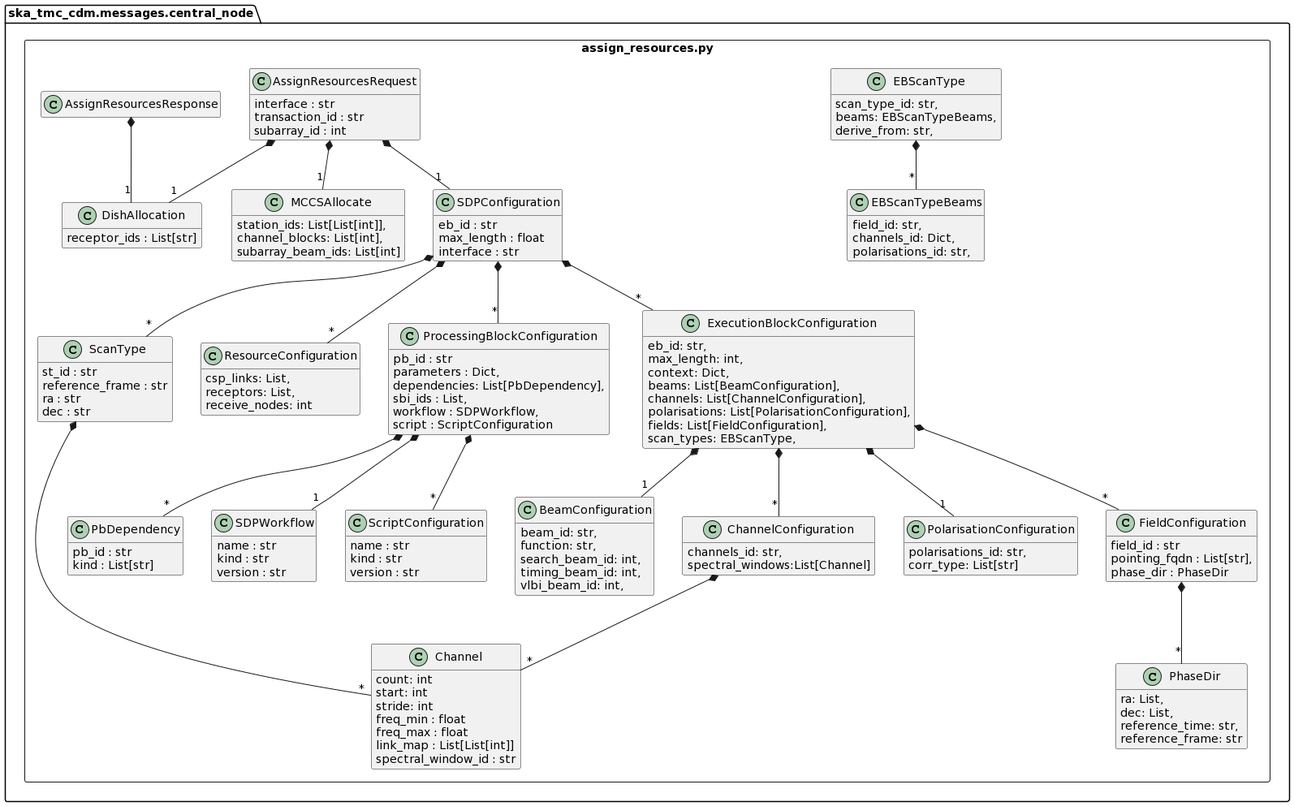
The PlantUML diagram docs/src/developer/centralnode/assignresources.png in ska-telescope/cdm-shared-library, before a commit. The source it was exported from:
```plantuml
@startuml
hide empty members

package ska_tmc_cdm.messages.central_node {
    package assign_resources.py <<Rectangle>> {
        class DishAllocation {
            receptor_ids : List[str]
        }

        class MCCSAllocate {
            station_ids: List[List[int]],
            channel_blocks: List[int],
            subarray_beam_ids: List[int]
        }

        class Channel {
            count: int
            start: int
            stride: int
            freq_min : float
            freq_max : float
            link_map : List[List[int]]
            spectral_window_id : str
        }

        class ScanType {
            st_id : str
            reference_frame : str
            ra : str
            dec : str
        }
        ScanType *-- "*" Channel

        class PbDependency {
            pb_id : str
            kind : List[str]
        }
         class ResourceConfiguration {
            csp_links: List,
            receptors: List,
            receive_nodes: int
        }

        class PhaseDir {
            ra: List,
            dec: List,
            reference_time: str,
            reference_frame: str
        }
        class BeamConfiguration {
            beam_id: str,
            function: str,
            search_beam_id: int,
            timing_beam_id: int,
            vlbi_beam_id: int,
        }
        class ChannelConfiguration {
            channels_id: str,
            spectral_windows:List[Channel]
        }
        ChannelConfiguration  *-- "*" Channel

        class PolarisationConfiguration {
            polarisations_id: str,
            corr_type: List[str]
        }
        class EBScanTypeBeams {
            field_id: str,
            channels_id: Dict,
            polarisations_id: str,
        }
        class EBScanType {
            scan_type_id: str,
            beams: EBScanTypeBeams,
            derive_from: str,
        }
        EBScanType  *-- "*" EBScanTypeBeams

        class FieldConfiguration {
            field_id : str
            pointing_fqdn : List[str],
            phase_dir : PhaseDir
        }

        FieldConfiguration  *-- "*" PhaseDir

        class SDPWorkflow {
            name : str
            kind : str
            version : str
        }

        class ScriptConfiguration {
            name : str
            kind : str
            version : str
        }

        class ProcessingBlockConfiguration {
            pb_id : str
            parameters : Dict,
            dependencies: List[PbDependency],
            sbi_ids : List,
            workflow : SDPWorkflow,
            script : ScriptConfiguration
        }
        ProcessingBlockConfiguration  *-- "1" SDPWorkflow
        ProcessingBlockConfiguration  *-- "*" PbDependency
        ProcessingBlockConfiguration  *-- "*" ScriptConfiguration

        class ExecutionBlockConfiguration {
            eb_id: str,
            max_length: int,
            context: Dict,
            beams: List[BeamConfiguration],
            channels: List[ChannelConfiguration],
            polarisations: List[PolarisationConfiguration],
            fields: List[FieldConfiguration],
            scan_types: EBScanType,
        }

        ExecutionBlockConfiguration  *-- "1" BeamConfiguration
        ExecutionBlockConfiguration  *-- "*" ChannelConfiguration
        ExecutionBlockConfiguration  *-- "1" PolarisationConfiguration
        ExecutionBlockConfiguration  *-- "*" FieldConfiguration


        class SDPConfiguration {
            eb_id : str
            max_length : float
            interface : str
        }
        SDPConfiguration *-- "*" ScanType
        SDPConfiguration *-- "*" ProcessingBlockConfiguration
        SDPConfiguration *-- "*" ExecutionBlockConfiguration
        SDPConfiguration *-- "*" ResourceConfiguration

        class AssignResourcesRequest {
            interface : str
            transaction_id : str
            subarray_id : int
        }

        AssignResourcesRequest *-- "1" DishAllocation
        AssignResourcesRequest *-- "1" MCCSAllocate
        AssignResourcesRequest *-- "1" SDPConfiguration

        class AssignResourcesResponse
        AssignResourcesResponse *-- "1" DishAllocation
	}
}
@enduml
```
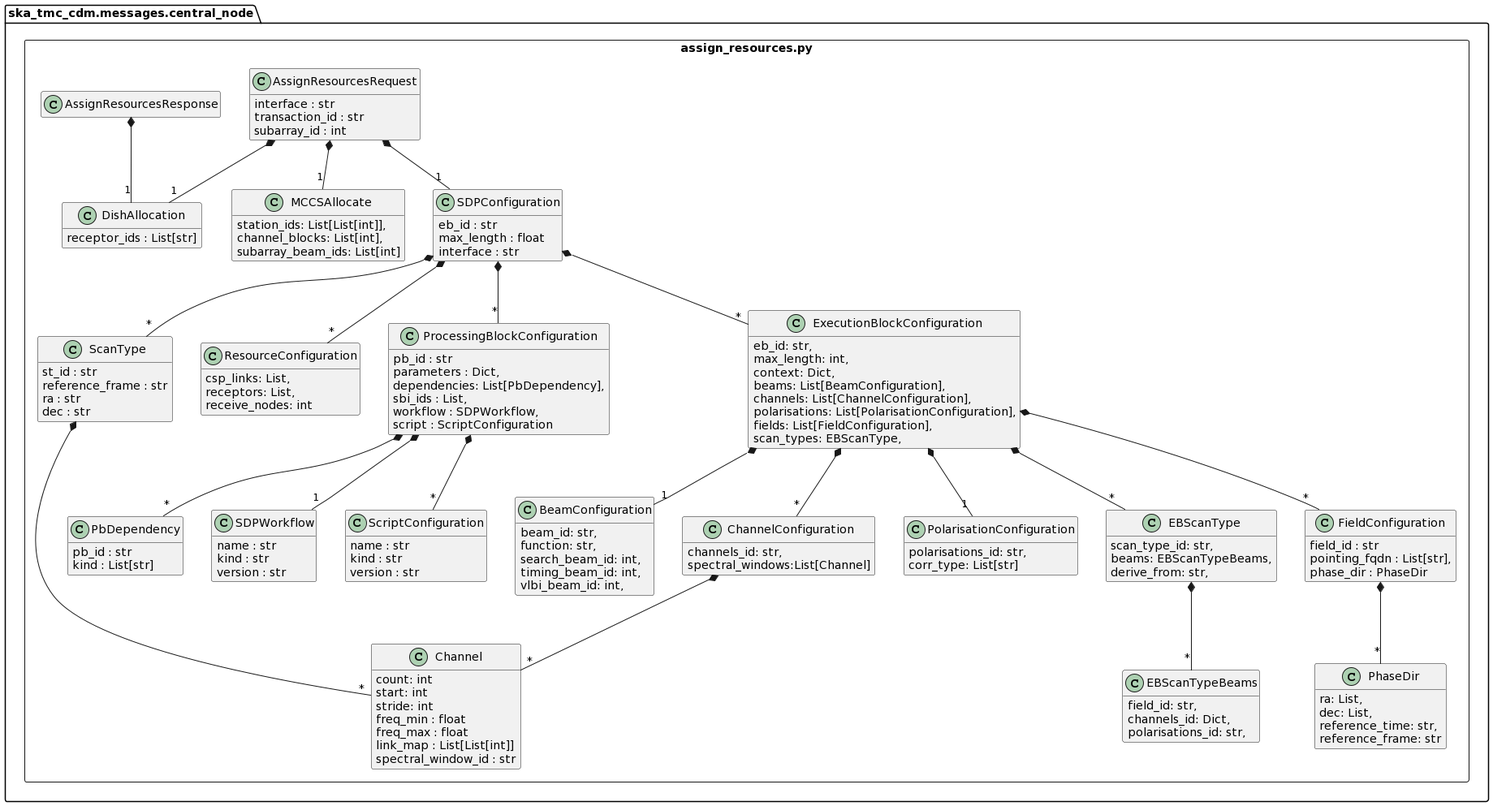
The same file after the commit.

Diff of the diagram source:
```diff
@@ -123,6 +123,7 @@
         ExecutionBlockConfiguration  *-- "*" ChannelConfiguration
         ExecutionBlockConfiguration  *-- "1" PolarisationConfiguration
         ExecutionBlockConfiguration  *-- "*" FieldConfiguration
+        ExecutionBlockConfiguration  *-- "*" EBScanType
 
 
         class SDPConfiguration {
```
